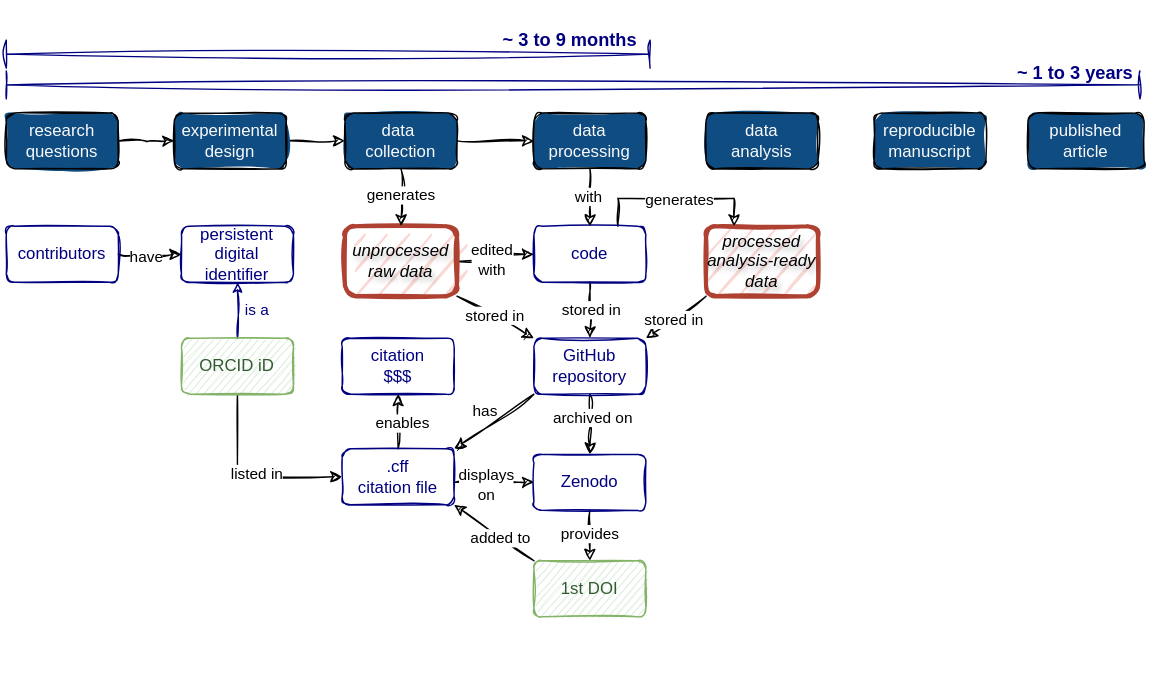
Before: slides/img/eth-kolloquium/ghe-rdm-workflow-08.drawio.svg, a diagram exported from draw.io (Global-Health-Engineering/website). Source tidied: cells renumbered, new cells last; positions are measured from the earlier drawing's top-left corner, leaving out a move shared by most shapes.
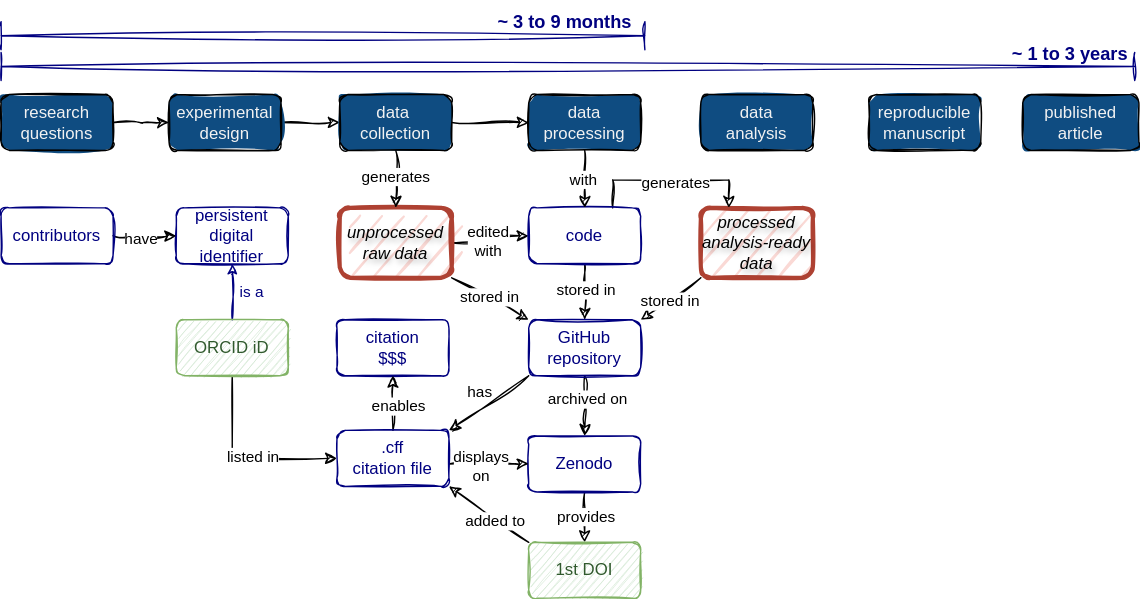
The same file after the commit.

Change to the diagram source:
```diff
@@ -229,28 +229,25 @@
       <mxGeometry x="347" y="13" width="120" height="30" as="geometry" />
     </mxCell>
     <mxCell id="65" value="Step 1 - Publication workflow" parent="0" />
-    <mxCell id="66" style="rounded=0;whiteSpace=wrap;html=1;fillColor=none;strokeColor=#FFFFFF;" parent="65" vertex="1">
-      <mxGeometry width="820" height="480" as="geometry" />
-    </mxCell>
-    <mxCell id="67" value="&lt;span&gt;&lt;span&gt;research questions&lt;/span&gt;&lt;/span&gt;" style="rounded=1;html=1;strokeWidth=1;fontSize=12;fontFamily=Helvetica;fillColor=#0F4C81;sketch=1;labelBackgroundColor=none;fontColor=#FAFAFA;strokeColor=default;fontStyle=0;fillStyle=solid;labelBorderColor=none;spacing=9;align=center;textShadow=0;whiteSpace=wrap;" parent="65" vertex="1">
+    <mxCell id="67" value="&lt;span&gt;&lt;span&gt;research questions&lt;/span&gt;&lt;/span&gt;" style="rounded=1;whiteSpace=wrap;html=1;strokeWidth=1;fontSize=12;fontFamily=Helvetica;fillColor=#0F4C81;sketch=1;labelBackgroundColor=none;fontColor=#F2F2F2;strokeColor=default;fontStyle=0;fillStyle=solid;" parent="65" vertex="1">
       <mxGeometry x="4" y="80" width="80" height="40" as="geometry" />
     </mxCell>
-    <mxCell id="68" value="&lt;div&gt;&lt;span&gt;&lt;span&gt;experimental&lt;/span&gt;&lt;/span&gt;&lt;/div&gt;&lt;div&gt;&lt;span&gt;&lt;span&gt;design&lt;br&gt;&lt;/span&gt;&lt;/span&gt;&lt;/div&gt;" style="rounded=1;html=1;strokeWidth=1;fontSize=12;fontFamily=Helvetica;fillColor=#0F4C81;sketch=1;labelBackgroundColor=none;fontColor=#FAFAFA;strokeColor=default;fontStyle=0;fillStyle=solid;labelBorderColor=none;spacing=9;align=center;textShadow=0;whiteSpace=wrap;" parent="65" vertex="1">
+    <mxCell id="68" value="&lt;div&gt;&lt;span&gt;&lt;span&gt;experimental&lt;/span&gt;&lt;/span&gt;&lt;/div&gt;&lt;div&gt;&lt;span&gt;&lt;span&gt;design&lt;br&gt;&lt;/span&gt;&lt;/span&gt;&lt;/div&gt;" style="rounded=1;whiteSpace=wrap;html=1;strokeWidth=1;fontSize=12;fontFamily=Helvetica;fillColor=#0F4C81;sketch=1;labelBackgroundColor=none;fontColor=#F2F2F2;strokeColor=default;fontStyle=0;fillStyle=solid;" parent="65" vertex="1">
       <mxGeometry x="124" y="80" width="80" height="40" as="geometry" />
     </mxCell>
-    <mxCell id="69" value="&lt;div&gt;&lt;span&gt;&lt;span&gt;data&lt;br&gt;&lt;/span&gt;&lt;/span&gt;&lt;/div&gt;&lt;div&gt;&lt;span&gt;&lt;span&gt;analysis&lt;/span&gt;&lt;/span&gt;&lt;/div&gt;" style="rounded=1;html=1;strokeWidth=1;fontSize=12;fontFamily=Helvetica;fillColor=#0F4C81;sketch=1;labelBackgroundColor=none;fontColor=#FAFAFA;strokeColor=default;fontStyle=0;fillStyle=solid;labelBorderColor=none;spacing=9;align=center;textShadow=0;whiteSpace=wrap;" parent="65" vertex="1">
+    <mxCell id="69" value="&lt;div&gt;&lt;span&gt;&lt;span&gt;data&lt;br&gt;&lt;/span&gt;&lt;/span&gt;&lt;/div&gt;&lt;div&gt;&lt;span&gt;&lt;span&gt;analysis&lt;/span&gt;&lt;/span&gt;&lt;/div&gt;" style="rounded=1;whiteSpace=wrap;html=1;strokeWidth=1;fontSize=12;fontFamily=Helvetica;fillColor=#0F4C81;sketch=1;labelBackgroundColor=none;fontColor=#F2F2F2;strokeColor=default;fontStyle=0;fillStyle=solid;" parent="65" vertex="1">
       <mxGeometry x="504" y="80" width="80" height="40" as="geometry" />
     </mxCell>
-    <mxCell id="70" value="&lt;div&gt;reproducible&lt;br&gt;&lt;/div&gt;&lt;div&gt;manuscript&lt;/div&gt;" style="rounded=1;html=1;strokeWidth=1;fontSize=12;fontFamily=Helvetica;fillColor=#0F4C81;sketch=1;labelBackgroundColor=none;fontColor=#FAFAFA;strokeColor=default;fontStyle=0;fillStyle=solid;labelBorderColor=none;spacing=9;align=center;textShadow=0;whiteSpace=wrap;" parent="65" vertex="1">
+    <mxCell id="70" value="&lt;div&gt;reproducible&lt;br&gt;&lt;/div&gt;&lt;div&gt;manuscript&lt;/div&gt;" style="rounded=1;whiteSpace=wrap;html=1;strokeWidth=1;fontSize=12;fontFamily=Helvetica;fillColor=#0F4C81;sketch=1;labelBackgroundColor=none;fontColor=#F2F2F2;strokeColor=default;fontStyle=0;fillStyle=solid;" parent="65" vertex="1">
       <mxGeometry x="624" y="80" width="80" height="40" as="geometry" />
     </mxCell>
-    <mxCell id="71" value="&lt;span&gt;&lt;span&gt;published&lt;/span&gt;&lt;/span&gt;&lt;br&gt;&lt;div&gt;&lt;span&gt;&lt;span&gt;article&lt;/span&gt;&lt;/span&gt;&lt;/div&gt;" style="rounded=1;html=1;strokeWidth=1;fontSize=12;fontFamily=Helvetica;fillColor=#0F4C81;sketch=1;labelBackgroundColor=none;fontColor=#FAFAFA;strokeColor=default;fontStyle=0;fillStyle=solid;labelBorderColor=none;spacing=9;align=center;textShadow=0;whiteSpace=wrap;" parent="65" vertex="1">
+    <mxCell id="71" value="&lt;span&gt;&lt;span&gt;published&lt;/span&gt;&lt;/span&gt;&lt;br&gt;&lt;div&gt;&lt;span&gt;&lt;span&gt;article&lt;/span&gt;&lt;/span&gt;&lt;/div&gt;" style="rounded=1;whiteSpace=wrap;html=1;strokeWidth=1;fontSize=12;fontFamily=Helvetica;fillColor=#0F4C81;sketch=1;labelBackgroundColor=none;fontColor=#F2F2F2;strokeColor=default;fontStyle=0;fillStyle=solid;" parent="65" vertex="1">
       <mxGeometry x="734" y="80" width="83" height="40" as="geometry" />
     </mxCell>
-    <mxCell id="72" value="&lt;div&gt;&lt;span&gt;&lt;span&gt;data&amp;nbsp;&lt;/span&gt;&lt;/span&gt;&lt;/div&gt;&lt;div&gt;&lt;span&gt;&lt;span&gt;collection&lt;/span&gt;&lt;/span&gt;&lt;/div&gt;&lt;div&gt;&lt;span&gt;&lt;span&gt;&lt;/span&gt;&lt;/span&gt;&lt;/div&gt;" style="rounded=1;html=1;strokeWidth=1;fontSize=12;fontFamily=Helvetica;fillColor=#0F4C81;sketch=1;labelBackgroundColor=none;fontColor=#FAFAFA;strokeColor=default;fontStyle=0;fillStyle=solid;labelBorderColor=none;spacing=9;align=center;textShadow=0;whiteSpace=wrap;" parent="65" vertex="1">
+    <mxCell id="72" value="&lt;div&gt;&lt;span&gt;&lt;span&gt;data&amp;nbsp;&lt;/span&gt;&lt;/span&gt;&lt;/div&gt;&lt;div&gt;&lt;span&gt;&lt;span&gt;collection&lt;/span&gt;&lt;/span&gt;&lt;/div&gt;&lt;div&gt;&lt;span&gt;&lt;span&gt;&lt;/span&gt;&lt;/span&gt;&lt;/div&gt;" style="rounded=1;whiteSpace=wrap;html=1;strokeWidth=1;fontSize=12;fontFamily=Helvetica;fillColor=#0F4C81;sketch=1;labelBackgroundColor=none;fontColor=#F2F2F2;strokeColor=default;fontStyle=0;fillStyle=solid;" parent="65" vertex="1">
       <mxGeometry x="246" y="80" width="80" height="40" as="geometry" />
     </mxCell>
-    <mxCell id="73" value="&lt;div&gt;&lt;span&gt;&lt;span&gt;data&lt;/span&gt;&lt;/span&gt;&lt;/div&gt;&lt;div&gt;&lt;span&gt;&lt;span&gt;processing&lt;br&gt;&lt;/span&gt;&lt;/span&gt;&lt;/div&gt;" style="rounded=1;html=1;strokeWidth=1;fontSize=12;fontFamily=Helvetica;fillColor=#0F4C81;sketch=1;labelBackgroundColor=none;fontColor=#FAFAFA;strokeColor=default;fontStyle=0;fillStyle=solid;labelBorderColor=none;spacing=9;align=center;textShadow=0;whiteSpace=wrap;" parent="65" vertex="1">
+    <mxCell id="73" value="&lt;div&gt;&lt;span&gt;&lt;span&gt;data&lt;/span&gt;&lt;/span&gt;&lt;/div&gt;&lt;div&gt;&lt;span&gt;&lt;span&gt;processing&lt;br&gt;&lt;/span&gt;&lt;/span&gt;&lt;/div&gt;" style="rounded=1;whiteSpace=wrap;html=1;strokeWidth=1;fontSize=12;fontFamily=Helvetica;fillColor=#0F4C81;sketch=1;labelBackgroundColor=none;fontColor=#F2F2F2;strokeColor=default;fontStyle=0;fillStyle=solid;" parent="65" vertex="1">
       <mxGeometry x="381" y="80" width="80" height="40" as="geometry" />
     </mxCell>
   </root>
```
